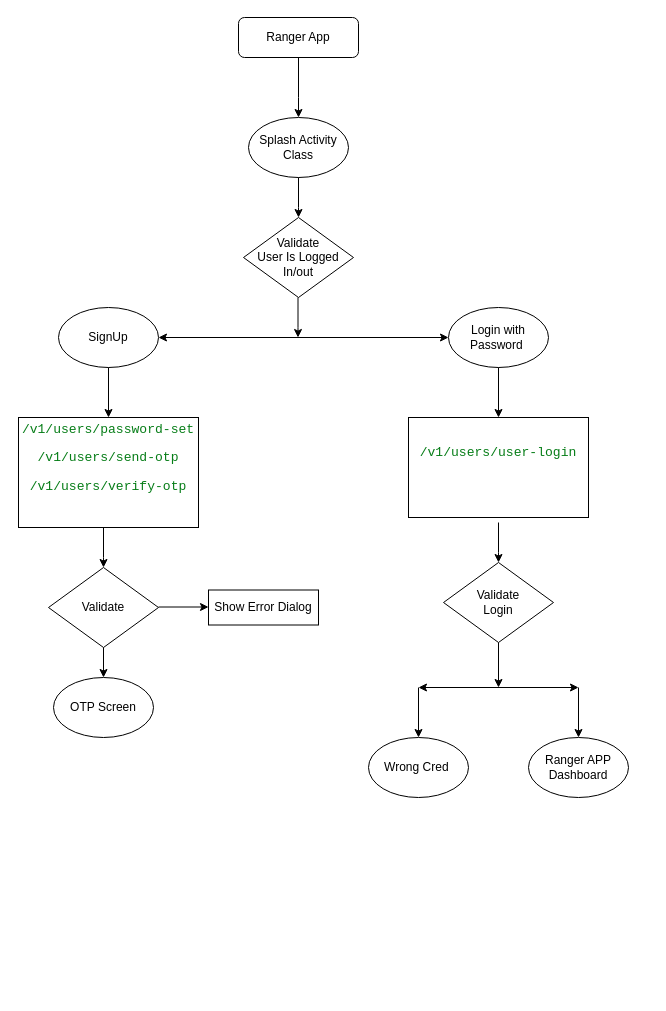
This is app/src/main/java/com/tact/utils/Untitled Diagram.drawio from ayushsa/CA, a draw.io file, before an edit. Source tidied: cells renumbered, new cells numbered last; positions are measured from the earlier drawing's top-left corner, leaving out a move shared by most shapes. Both pictures are drawn from the tidied source at 100%, with x=0, y=0 at pixel (18, 17).
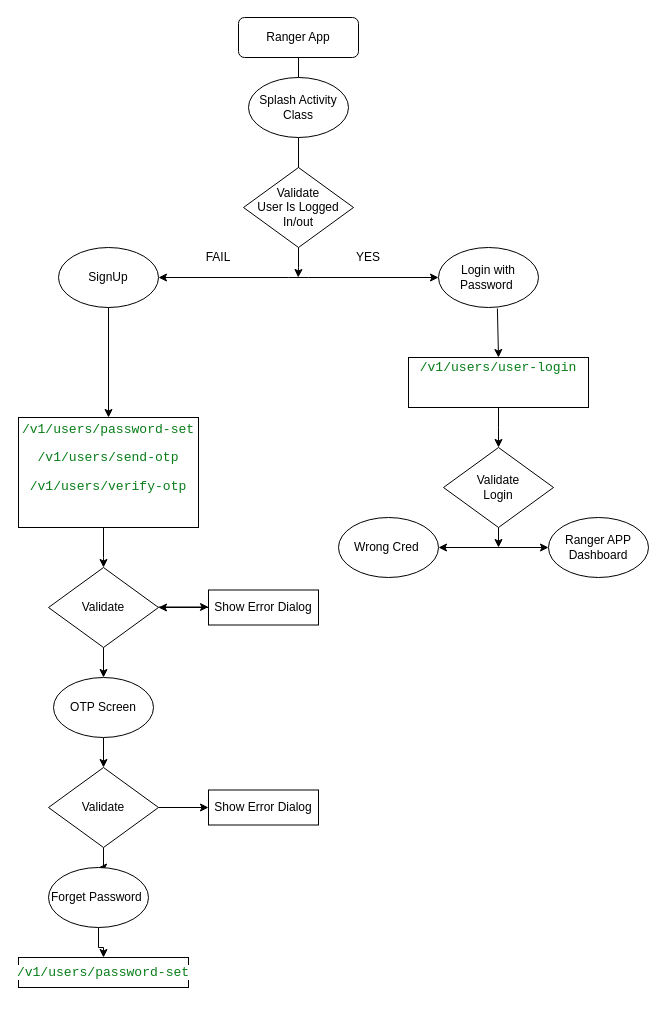
After the change.

Unchanged cells that the change refers to:
```xml
<mxCell id="2" value="Ranger App" style="rounded=1;whiteSpace=wrap;html=1;fontSize=12;glass=0;strokeWidth=1;shadow=0;" parent="1" vertex="1">
  <mxGeometry x="220" width="120" height="40" as="geometry" />
</mxCell>
<mxCell id="26" value="Validate" style="rhombus;whiteSpace=wrap;html=1;" parent="1" vertex="1">
  <mxGeometry x="30" y="550" width="110" height="80" as="geometry" />
</mxCell>
<mxCell id="29" value="OTP Screen" style="ellipse;whiteSpace=wrap;html=1;" parent="1" vertex="1">
  <mxGeometry x="35" y="660" width="100" height="60" as="geometry" />
</mxCell>
<mxCell id="30" value="Show Error Dialog" style="rounded=0;whiteSpace=wrap;html=1;" parent="1" vertex="1">
  <mxGeometry x="190" y="572.5" width="110" height="35" as="geometry" />
</mxCell>
```

Change to the diagram source:
```diff
@@
-    <mxCell id="5" style="edgeStyle=orthogonalEdgeStyle;rounded=0;jettySize=auto;html=1;" parent="1" edge="1" source="2" target="6">
+    <mxCell id="5" style="edgeStyle=orthogonalEdgeStyle;rounded=0;jettySize=auto;html=1;" parent="1" edge="1" source="2">
       <mxGeometry relative="1" as="geometry">
+        <mxPoint x="280" y="110" as="targetPoint" />
         <Array as="points">
           <mxPoint x="280" y="80" />
           <mxPoint x="280" y="80" />
         </Array>
       </mxGeometry>
     </mxCell>
     <mxCell id="6" value="Splash Activity Class" style="ellipse;whiteSpace=wrap;html=1;" parent="1" vertex="1">
-      <mxGeometry x="230" y="100" width="100" height="60" as="geometry" />
+      <mxGeometry x="230" y="60" width="100" height="60" as="geometry" />
     </mxCell>
@@
     <mxCell id="8" value="Validate&lt;br&gt;User Is Logged In/out" style="rhombus;whiteSpace=wrap;html=1;" parent="1" vertex="1">
-      <mxGeometry x="225" y="200" width="110" height="80" as="geometry" />
+      <mxGeometry x="225" y="150" width="110" height="80" as="geometry" />
     </mxCell>
     <mxCell id="9" style="edgeStyle=orthogonalEdgeStyle;rounded=0;orthogonalLoop=1;jettySize=auto;html=1;" parent="1" edge="1">
       <mxGeometry relative="1" as="geometry">
-        <mxPoint x="279.5" y="280" as="sourcePoint" />
-        <mxPoint x="279.5" y="320" as="targetPoint" />
+        <mxPoint x="280" y="230" as="sourcePoint" />
+        <mxPoint x="279.7" y="260" as="targetPoint" />
         <Array as="points">
-          <mxPoint x="279.5" y="310" />
-          <mxPoint x="279.5" y="310" />
+          <mxPoint x="279.7" y="250" />
+          <mxPoint x="279.7" y="250" />
         </Array>
       </mxGeometry>
     </mxCell>
     <mxCell id="10" value="SignUp" style="ellipse;whiteSpace=wrap;html=1;" parent="1" vertex="1">
-      <mxGeometry x="40" y="290" width="100" height="60" as="geometry" />
+      <mxGeometry x="40" y="230" width="100" height="60" as="geometry" />
     </mxCell>
     <mxCell id="11" style="endArrow=classic;startArrow=classic;html=1;exitX=1;exitY=0.5;exitDx=0;exitDy=0;entryX=0;entryY=0.5;entryDx=0;entryDy=0;" parent="1" edge="1" source="10" target="12">
-      <mxGeometry relative="1" as="geometry" />
+      <mxGeometry relative="1" as="geometry">
+        <Array as="points">
+          <mxPoint x="280" y="260" />
+        </Array>
+      </mxGeometry>
     </mxCell>
     <mxCell id="12" value="Login with Password&amp;nbsp;&lt;br&gt;" style="ellipse;whiteSpace=wrap;html=1;" parent="1" vertex="1">
-      <mxGeometry x="430" y="290" width="100" height="60" as="geometry" />
+      <mxGeometry x="420" y="230" width="100" height="60" as="geometry" />
     </mxCell>
@@
     <mxCell id="15" value="&lt;pre style=&quot;background-color: #ffffff ; color: #080808 ; font-family: &amp;#34;jetbrains mono&amp;#34; , monospace ; font-size: 9.8pt&quot;&gt;&lt;pre style=&quot;font-family: &amp;#34;jetbrains mono&amp;#34; , monospace ; font-size: 9.8pt&quot;&gt;&lt;span style=&quot;color: #067d17&quot;&gt;/v1/users/user-login&lt;/span&gt;&lt;/pre&gt;&lt;pre style=&quot;font-family: &amp;#34;jetbrains mono&amp;#34; , monospace ; font-size: 9.8pt&quot;&gt;&lt;span style=&quot;color: #067d17&quot;&gt;&lt;br&gt;&lt;/span&gt;&lt;/pre&gt;&lt;/pre&gt;" style="rounded=0;whiteSpace=wrap;html=1;" parent="1" vertex="1">
-      <mxGeometry x="390" y="400" width="180" height="100" as="geometry" />
+      <mxGeometry x="390" y="340" width="180" height="50" as="geometry" />
     </mxCell>
-    <mxCell id="16" style="endArrow=classic;html=1;entryX=0.5;entryY=0;entryDx=0;entryDy=0;" parent="1" edge="1" target="15">
-      <mxGeometry relative="1" as="geometry">
-        <mxPoint x="480" y="350" as="sourcePoint" />
-      </mxGeometry>
+    <mxCell id="16" style="endArrow=classic;html=1;exitX=0.589;exitY=1.017;exitDx=0;exitDy=0;exitPerimeter=0;entryX=0.5;entryY=0;entryDx=0;entryDy=0;" parent="1" edge="1" source="12" target="15">
+      <mxGeometry relative="1" as="geometry" />
     </mxCell>
-    <mxCell id="17" style="edgeStyle=orthogonalEdgeStyle;rounded=0;orthogonalLoop=1;jettySize=auto;html=1;" parent="1" edge="1">
+    <mxCell id="17" style="edgeStyle=orthogonalEdgeStyle;rounded=0;jettySize=auto;html=1;exitX=0.5;exitY=1;exitDx=0;exitDy=0;" parent="1" edge="1" source="15">
       <mxGeometry relative="1" as="geometry">
-        <mxPoint x="480" y="505" as="sourcePoint" />
-        <mxPoint x="480" y="545" as="targetPoint" />
-        <Array as="points">
-          <mxPoint x="480" y="535" />
-          <mxPoint x="480" y="535" />
-        </Array>
+        <mxPoint x="480" y="430" as="targetPoint" />
       </mxGeometry>
     </mxCell>
     <mxCell id="18" value="Validate&lt;br&gt;Login" style="rhombus;whiteSpace=wrap;html=1;" parent="1" vertex="1">
-      <mxGeometry x="425" y="545" width="110" height="80" as="geometry" />
+      <mxGeometry x="425" y="430" width="110" height="80" as="geometry" />
     </mxCell>
     <mxCell id="19" style="endArrow=classic;html=1;exitX=0.5;exitY=1;exitDx=0;exitDy=0;" parent="1" edge="1" source="18">
       <mxGeometry relative="1" as="geometry">
-        <mxPoint x="480" y="670" as="targetPoint" />
+        <mxPoint x="480" y="530" as="targetPoint" />
       </mxGeometry>
     </mxCell>
-    <mxCell id="20" style="endArrow=classic;startArrow=classic;html=1;" parent="1" edge="1">
-      <mxGeometry relative="1" as="geometry">
-        <mxPoint x="400" y="670" as="sourcePoint" />
-        <mxPoint x="560" y="670" as="targetPoint" />
-      </mxGeometry>
-    </mxCell>
-    <mxCell id="21" style="endArrow=classic;html=1;" parent="1" edge="1">
-      <mxGeometry relative="1" as="geometry">
-        <mxPoint x="400" y="670" as="sourcePoint" />
-        <mxPoint x="400" y="720" as="targetPoint" />
-      </mxGeometry>
-    </mxCell>
-    <mxCell id="22" style="endArrow=classic;html=1;" parent="1" edge="1">
-      <mxGeometry relative="1" as="geometry">
-        <mxPoint x="560" y="670" as="sourcePoint" />
-        <mxPoint x="560" y="720" as="targetPoint" />
-      </mxGeometry>
-    </mxCell>
-    <mxCell id="23" value="Ranger APP Dashboard" style="ellipse;whiteSpace=wrap;html=1;" parent="1" vertex="1">
-      <mxGeometry x="510" y="720" width="100" height="60" as="geometry" />
-    </mxCell>
     <mxCell id="24" value="Wrong Cred&amp;nbsp;" style="ellipse;whiteSpace=wrap;html=1;" parent="1" vertex="1">
-      <mxGeometry x="350" y="720" width="100" height="60" as="geometry" />
+      <mxGeometry x="320" y="500" width="100" height="60" as="geometry" />
     </mxCell>
@@
+    <mxCell id="31" style="edgeStyle=orthogonalEdgeStyle;rounded=0;jettySize=auto;html=1;" parent="1" edge="1" source="29" target="35">
+      <mxGeometry relative="1" as="geometry" />
+    </mxCell>
@@
+    <mxCell id="32" style="edgeStyle=orthogonalEdgeStyle;rounded=0;jettySize=auto;html=1;" parent="1" edge="1" source="30" target="26">
+      <mxGeometry relative="1" as="geometry" />
+    </mxCell>
@@
+    <mxCell id="33" style="edgeStyle=orthogonalEdgeStyle;rounded=0;jettySize=auto;html=1;" parent="1" edge="1" source="35" target="36">
+      <mxGeometry relative="1" as="geometry" />
+    </mxCell>
+    <mxCell id="34" style="edgeStyle=orthogonalEdgeStyle;rounded=0;jettySize=auto;html=1;" parent="1" edge="1" source="35" target="38">
+      <mxGeometry relative="1" as="geometry" />
+    </mxCell>
+    <mxCell id="35" value="Validate" style="rhombus;whiteSpace=wrap;html=1;" parent="1" vertex="1">
+      <mxGeometry x="30" y="750" width="110" height="80" as="geometry" />
+    </mxCell>
+    <mxCell id="36" value="Show Error Dialog" style="rounded=0;whiteSpace=wrap;html=1;" parent="1" vertex="1">
+      <mxGeometry x="190" y="772.5" width="110" height="35" as="geometry" />
+    </mxCell>
+    <mxCell id="37" style="edgeStyle=orthogonalEdgeStyle;rounded=0;jettySize=auto;html=1;" parent="1" edge="1" source="38" target="39">
+      <mxGeometry relative="1" as="geometry" />
+    </mxCell>
+    <mxCell id="38" value="Forget Password&amp;nbsp;" style="ellipse;whiteSpace=wrap;html=1;" parent="1" vertex="1">
+      <mxGeometry x="30" y="850" width="100" height="60" as="geometry" />
+    </mxCell>
+    <mxCell id="39" value="&lt;pre style=&quot;background-color: #ffffff ; color: #080808 ; font-family: &amp;#34;jetbrains mono&amp;#34; , monospace ; font-size: 9.8pt&quot;&gt;&lt;span style=&quot;color: #067d17&quot;&gt;/v1/users/password-set&lt;/span&gt;&lt;/pre&gt;" style="rounded=0;whiteSpace=wrap;html=1;" parent="1" vertex="1">
+      <mxGeometry y="940" width="170" height="30" as="geometry" />
+    </mxCell>
+    <mxCell id="23" value="Ranger APP Dashboard" style="ellipse;whiteSpace=wrap;html=1;" parent="1" vertex="1">
+      <mxGeometry x="530" y="500" width="100" height="60" as="geometry" />
+    </mxCell>
+    <mxCell id="40" style="endArrow=classic;startArrow=classic;html=1;" parent="1" edge="1">
+      <mxGeometry relative="1" as="geometry">
+        <mxPoint x="420" y="530" as="sourcePoint" />
+        <mxPoint x="530" y="530" as="targetPoint" />
+      </mxGeometry>
+    </mxCell>
+    <mxCell id="41" value="FAIL" style="text;html=1;strokeColor=none;fillColor=none;align=center;verticalAlign=middle;whiteSpace=wrap;rounded=0;" parent="1" vertex="1">
+      <mxGeometry x="180" y="230" width="40" height="20" as="geometry" />
+    </mxCell>
+    <mxCell id="42" value="YES" style="text;html=1;strokeColor=none;fillColor=none;align=center;verticalAlign=middle;whiteSpace=wrap;rounded=0;" parent="1" vertex="1">
+      <mxGeometry x="330" y="230" width="40" height="20" as="geometry" />
+    </mxCell>
```
